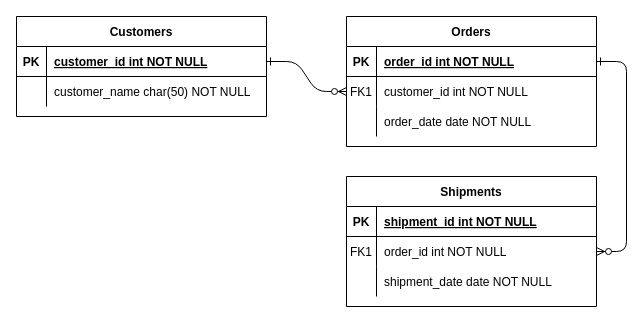
This is Untitled Diagram.drawio from danielryvero/Data-Analyst, a draw.io file, before an edit. Source tidied: cells renumbered, new cells numbered last; positions are measured from the earlier drawing's top-left corner, leaving out a move shared by most shapes. Both pictures are drawn from the tidied source at 100%, with x=0, y=0 at pixel (16, 16).
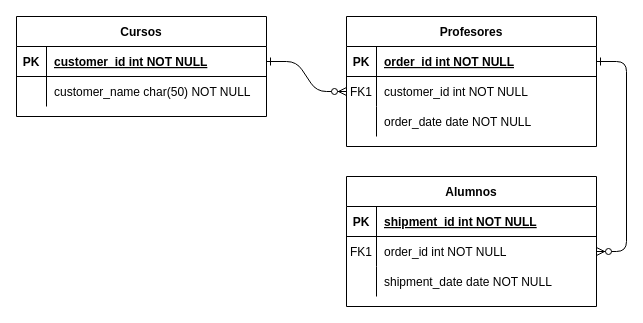
Above is the later version.

Commit message:
Profesores-Cursos Diagram.drawio

What changed in the source:
```diff
@@
-    <mxCell id="4" value="Orders" style="shape=table;startSize=30;childLayout=tableLayout;rowLines=0;fontStyle=1;align=center;" parent="1" vertex="1">
+    <mxCell id="4" value="Profesores" style="shape=table;startSize=30;childLayout=tableLayout;rowLines=0;fontStyle=1;align=center;" parent="1" vertex="1">
       <mxGeometry x="330" width="250" height="130" as="geometry" />
     </mxCell>
@@
-    <mxCell id="14" value="Shipments" style="shape=table;startSize=30;childLayout=tableLayout;rowLines=0;fontStyle=1;align=center;" parent="1" vertex="1">
+    <mxCell id="14" value="Alumnos" style="shape=table;startSize=30;childLayout=tableLayout;rowLines=0;fontStyle=1;align=center;" parent="1" vertex="1">
       <mxGeometry x="330" y="160" width="250" height="130" as="geometry" />
     </mxCell>
@@
-    <mxCell id="24" value="Customers" style="shape=table;startSize=30;childLayout=tableLayout;rowLines=0;fontStyle=1;align=center;" parent="1" vertex="1">
+    <mxCell id="24" value="Cursos" style="shape=table;startSize=30;childLayout=tableLayout;rowLines=0;fontStyle=1;align=center;" parent="1" vertex="1">
       <mxGeometry width="250" height="100" as="geometry" />
     </mxCell>
```
